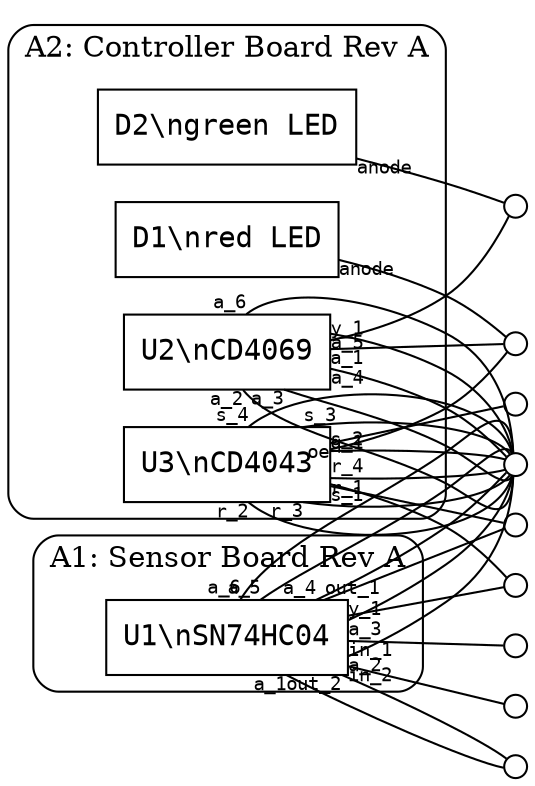
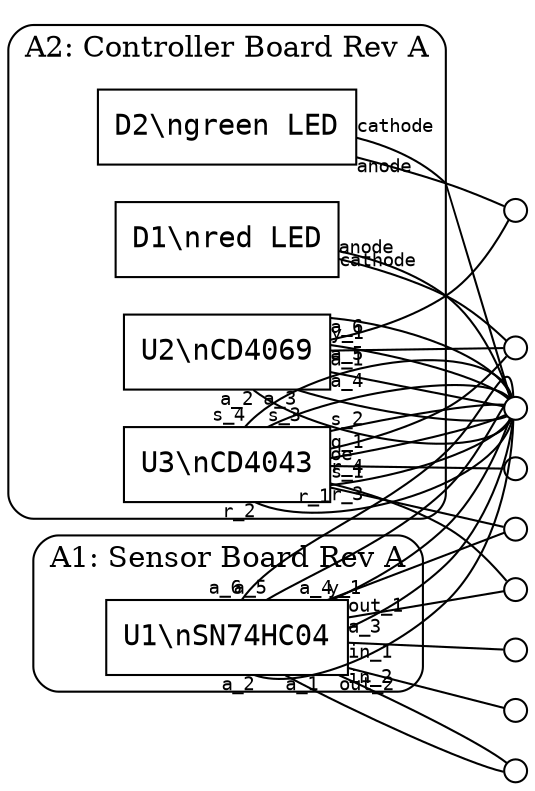
digraph "WaterAlarmAssembly" {
  rankdir=LR;
  node [shape=box, fontname="monospace"];
  subgraph cluster_A1 {
    label="A1: Sensor Board Rev A";
    style=rounded;
    U1 [label="U1\\nULN2003A"];
  }
  subgraph cluster_A2 {
    label="A2: Controller Board Rev A";
    style=rounded;
    U1 [label="U1\\nSN74HC04"];
    U2 [label="U2\\nCD4069"];
    U3 [label="U3\\nCD4043"];
    D1 [label="D1\\nred LED"];
    D2 [label="D2\\ngreen LED"];
  }
  // Nets
  node [shape=circle, label="", width=0.15, fixedsize=true];
  gnd; net_2; net_3; net_4; net_42; net_43; net_44; net_5; vcc;
  // Edges (component -- net, taillabel = port name)
  edge [arrowhead=none, fontname="monospace", fontsize=9];
  D1 -> net_43 [taillabel="anode"];
+   D1 -> gnd [taillabel="cathode"];
  D2 -> net_42 [taillabel="anode"];
+   D2 -> gnd [taillabel="cathode"];
  U1 -> net_5 [taillabel="a_1"];
  U1 -> gnd [taillabel="a_2"];
  U1 -> gnd [taillabel="a_3"];
  U1 -> gnd [taillabel="a_4"];
  U1 -> gnd [taillabel="a_5"];
  U1 -> gnd [taillabel="a_6"];
  U1 -> net_2 [taillabel="in_1"];
  U1 -> net_3 [taillabel="in_2"];
  U1 -> net_4 [taillabel="out_1"];
  U1 -> net_5 [taillabel="out_2"];
  U1 -> net_44 [taillabel="y_1"];
  U2 -> net_43 [taillabel="a_1"];
  U2 -> gnd [taillabel="a_2"];
  U2 -> gnd [taillabel="a_3"];
  U2 -> gnd [taillabel="a_4"];
  U2 -> gnd [taillabel="a_5"];
  U2 -> gnd [taillabel="a_6"];
  U2 -> net_42 [taillabel="y_1"];
  U3 -> vcc [taillabel="oe"];
  U3 -> net_43 [taillabel="q_1"];
  U3 -> net_44 [taillabel="r_1"];
  U3 -> gnd [taillabel="r_2"];
  U3 -> gnd [taillabel="r_3"];
  U3 -> gnd [taillabel="r_4"];
  U3 -> net_4 [taillabel="s_1"];
  U3 -> gnd [taillabel="s_2"];
  U3 -> gnd [taillabel="s_3"];
  U3 -> gnd [taillabel="s_4"];
}
